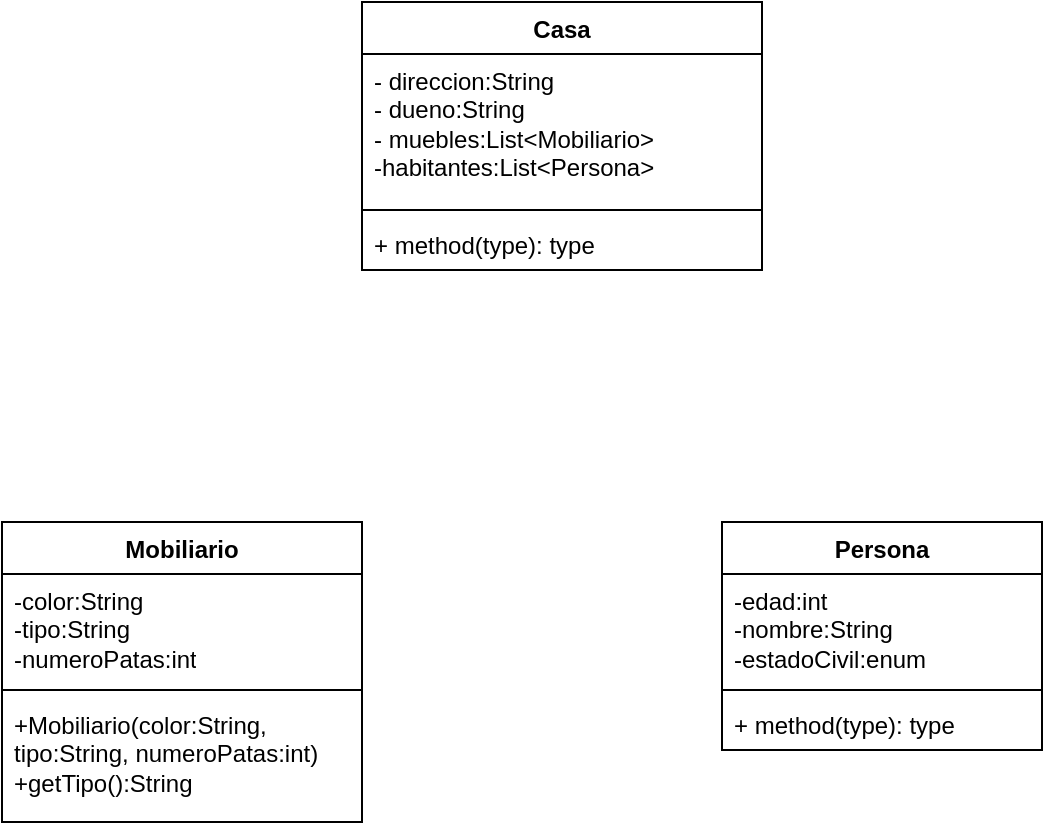
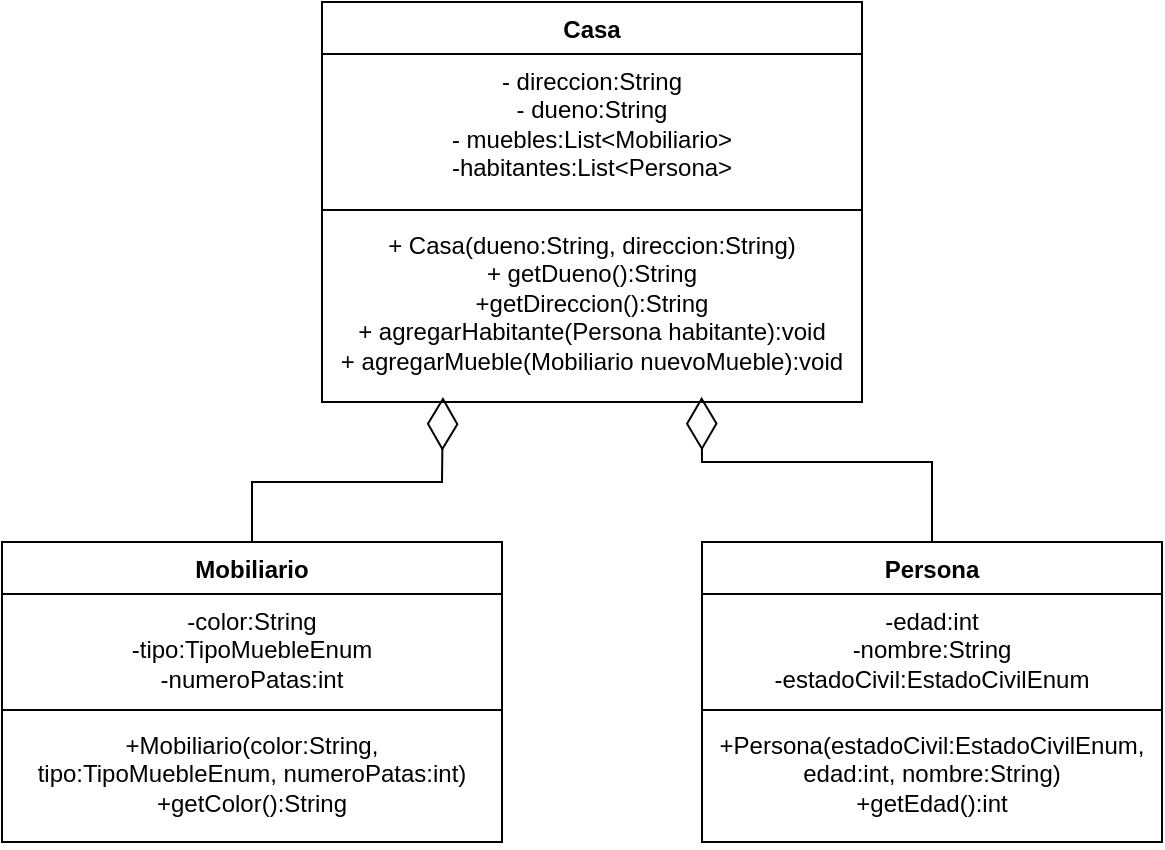
<mxfile host="Electron">
  <diagram name="Página-1" id="Lob-2amCFEd00NnW-BKy">
-     <mxGraphModel dx="824" dy="501" grid="1" gridSize="10" guides="1" tooltips="1" connect="1" arrows="1" fold="1" page="1" pageScale="1" pageWidth="827" pageHeight="1169" math="0" shadow="0">
+     <mxGraphModel dx="924" dy="555" grid="0" gridSize="10" guides="1" tooltips="1" connect="1" arrows="1" fold="1" page="1" pageScale="1" pageWidth="827" pageHeight="1169" background="light-dark(#FFFFFF,#000000)" math="0" shadow="0">
      <root>
        <mxCell id="0" />
        <mxCell id="1" parent="0" />
        <mxCell id="gJX4ogerxFd-YT7FfAlp-1" parent="1" style="swimlane;fontStyle=1;align=center;verticalAlign=top;childLayout=stackLayout;horizontal=1;startSize=26;horizontalStack=0;resizeParent=1;resizeParentMax=0;resizeLast=0;collapsible=1;marginBottom=0;whiteSpace=wrap;html=1;" value="Casa" vertex="1">
-           <mxGeometry height="134" width="200" x="310" y="80" as="geometry" />
+           <mxGeometry height="200" width="270" x="290" y="70" as="geometry" />
        </mxCell>
-         <mxCell id="gJX4ogerxFd-YT7FfAlp-2" parent="gJX4ogerxFd-YT7FfAlp-1" style="text;strokeColor=none;fillColor=none;align=left;verticalAlign=top;spacingLeft=4;spacingRight=4;overflow=hidden;rotatable=0;points=[[0,0.5],[1,0.5]];portConstraint=eastwest;whiteSpace=wrap;html=1;" value="- direccion:String&lt;div&gt;- dueno:String&lt;/div&gt;&lt;div&gt;- muebles:List&amp;lt;Mobiliario&amp;gt;&lt;/div&gt;&lt;div&gt;-habitantes:List&amp;lt;Persona&amp;gt;&lt;/div&gt;" vertex="1">
-           <mxGeometry height="74" width="200" y="26" as="geometry" />
+         <mxCell id="gJX4ogerxFd-YT7FfAlp-2" parent="gJX4ogerxFd-YT7FfAlp-1" style="text;strokeColor=none;fillColor=none;align=center;verticalAlign=top;spacingLeft=4;spacingRight=4;overflow=hidden;rotatable=0;points=[[0,0.5],[1,0.5]];portConstraint=eastwest;whiteSpace=wrap;html=1;" value="- direccion:String&lt;div&gt;- dueno:String&lt;/div&gt;&lt;div&gt;- muebles:List&amp;lt;Mobiliario&amp;gt;&lt;/div&gt;&lt;div&gt;-habitantes:List&amp;lt;Persona&amp;gt;&lt;/div&gt;" vertex="1">
+           <mxGeometry height="74" width="270" y="26" as="geometry" />
        </mxCell>
        <mxCell id="gJX4ogerxFd-YT7FfAlp-3" parent="gJX4ogerxFd-YT7FfAlp-1" style="line;strokeWidth=1;fillColor=none;align=left;verticalAlign=middle;spacingTop=-1;spacingLeft=3;spacingRight=3;rotatable=0;labelPosition=right;points=[];portConstraint=eastwest;strokeColor=inherit;" value="" vertex="1">
-           <mxGeometry height="8" width="200" y="100" as="geometry" />
+           <mxGeometry height="8" width="270" y="100" as="geometry" />
        </mxCell>
-         <mxCell id="gJX4ogerxFd-YT7FfAlp-4" parent="gJX4ogerxFd-YT7FfAlp-1" style="text;strokeColor=none;fillColor=none;align=left;verticalAlign=top;spacingLeft=4;spacingRight=4;overflow=hidden;rotatable=0;points=[[0,0.5],[1,0.5]];portConstraint=eastwest;whiteSpace=wrap;html=1;" value="+ method(type): type" vertex="1">
-           <mxGeometry height="26" width="200" y="108" as="geometry" />
+         <mxCell id="gJX4ogerxFd-YT7FfAlp-4" parent="gJX4ogerxFd-YT7FfAlp-1" style="text;strokeColor=none;fillColor=none;align=center;verticalAlign=top;spacingLeft=4;spacingRight=4;overflow=hidden;rotatable=0;points=[[0,0.5],[1,0.5]];portConstraint=eastwest;whiteSpace=wrap;html=1;" value="+ Casa(dueno:String, direccion:String)&lt;div&gt;+ getDueno():String&lt;/div&gt;&lt;div&gt;+getDireccion():String&lt;/div&gt;&lt;div&gt;+ agregarHabitante(Persona habitante):void&lt;/div&gt;&lt;div&gt;+ agregarMueble(Mobiliario nuevoMueble):void&lt;/div&gt;" vertex="1">
+           <mxGeometry height="92" width="270" y="108" as="geometry" />
        </mxCell>
        <mxCell id="gJX4ogerxFd-YT7FfAlp-5" parent="1" style="swimlane;fontStyle=1;align=center;verticalAlign=top;childLayout=stackLayout;horizontal=1;startSize=26;horizontalStack=0;resizeParent=1;resizeParentMax=0;resizeLast=0;collapsible=1;marginBottom=0;whiteSpace=wrap;html=1;" value="Mobiliario" vertex="1">
-           <mxGeometry height="150" width="180" x="130" y="340" as="geometry" />
+           <mxGeometry height="150" width="250" x="130" y="340" as="geometry" />
        </mxCell>
-         <mxCell id="gJX4ogerxFd-YT7FfAlp-6" parent="gJX4ogerxFd-YT7FfAlp-5" style="text;strokeColor=none;fillColor=none;align=left;verticalAlign=top;spacingLeft=4;spacingRight=4;overflow=hidden;rotatable=0;points=[[0,0.5],[1,0.5]];portConstraint=eastwest;whiteSpace=wrap;html=1;" value="-color:String&lt;div&gt;-tipo:String&lt;/div&gt;&lt;div&gt;-numeroPatas:int&lt;/div&gt;" vertex="1">
-           <mxGeometry height="54" width="180" y="26" as="geometry" />
+         <mxCell id="gJX4ogerxFd-YT7FfAlp-6" parent="gJX4ogerxFd-YT7FfAlp-5" style="text;strokeColor=none;fillColor=none;align=center;verticalAlign=top;spacingLeft=4;spacingRight=4;overflow=hidden;rotatable=0;points=[[0,0.5],[1,0.5]];portConstraint=eastwest;whiteSpace=wrap;html=1;" value="-color:String&lt;div&gt;-tipo:TipoMuebleEnum&lt;/div&gt;&lt;div&gt;-numeroPatas:int&lt;/div&gt;" vertex="1">
+           <mxGeometry height="54" width="250" y="26" as="geometry" />
        </mxCell>
        <mxCell id="gJX4ogerxFd-YT7FfAlp-7" parent="gJX4ogerxFd-YT7FfAlp-5" style="line;strokeWidth=1;fillColor=none;align=left;verticalAlign=middle;spacingTop=-1;spacingLeft=3;spacingRight=3;rotatable=0;labelPosition=right;points=[];portConstraint=eastwest;strokeColor=inherit;" value="" vertex="1">
-           <mxGeometry height="8" width="180" y="80" as="geometry" />
+           <mxGeometry height="8" width="250" y="80" as="geometry" />
        </mxCell>
-         <mxCell id="gJX4ogerxFd-YT7FfAlp-8" parent="gJX4ogerxFd-YT7FfAlp-5" style="text;strokeColor=none;fillColor=none;align=left;verticalAlign=top;spacingLeft=4;spacingRight=4;overflow=hidden;rotatable=0;points=[[0,0.5],[1,0.5]];portConstraint=eastwest;whiteSpace=wrap;html=1;" value="+Mobiliario(color:String, tipo:String, numeroPatas:int)&lt;div&gt;+getTipo():String&lt;/div&gt;" vertex="1">
-           <mxGeometry height="62" width="180" y="88" as="geometry" />
+         <mxCell id="gJX4ogerxFd-YT7FfAlp-8" parent="gJX4ogerxFd-YT7FfAlp-5" style="text;strokeColor=none;fillColor=none;align=center;verticalAlign=top;spacingLeft=4;spacingRight=4;overflow=hidden;rotatable=0;points=[[0,0.5],[1,0.5]];portConstraint=eastwest;whiteSpace=wrap;html=1;" value="+Mobiliario(color:String, tipo:TipoMuebleEnum, numeroPatas:int)&lt;div&gt;+getColor():String&lt;/div&gt;" vertex="1">
+           <mxGeometry height="62" width="250" y="88" as="geometry" />
        </mxCell>
        <mxCell id="gJX4ogerxFd-YT7FfAlp-9" parent="1" style="swimlane;fontStyle=1;align=center;verticalAlign=top;childLayout=stackLayout;horizontal=1;startSize=26;horizontalStack=0;resizeParent=1;resizeParentMax=0;resizeLast=0;collapsible=1;marginBottom=0;whiteSpace=wrap;html=1;" value="Persona" vertex="1">
-           <mxGeometry height="114" width="160" x="490" y="340" as="geometry" />
+           <mxGeometry height="150" width="230" x="480" y="340" as="geometry" />
        </mxCell>
-         <mxCell id="gJX4ogerxFd-YT7FfAlp-10" parent="gJX4ogerxFd-YT7FfAlp-9" style="text;strokeColor=none;fillColor=none;align=left;verticalAlign=top;spacingLeft=4;spacingRight=4;overflow=hidden;rotatable=0;points=[[0,0.5],[1,0.5]];portConstraint=eastwest;whiteSpace=wrap;html=1;" value="-edad:int&lt;div&gt;-nombre:String&lt;/div&gt;&lt;div&gt;-estadoCivil:enum&lt;/div&gt;" vertex="1">
-           <mxGeometry height="54" width="160" y="26" as="geometry" />
+         <mxCell id="gJX4ogerxFd-YT7FfAlp-10" parent="gJX4ogerxFd-YT7FfAlp-9" style="text;strokeColor=none;fillColor=none;align=center;verticalAlign=top;spacingLeft=4;spacingRight=4;overflow=hidden;rotatable=0;points=[[0,0.5],[1,0.5]];portConstraint=eastwest;whiteSpace=wrap;html=1;" value="-edad:int&lt;div&gt;-nombre:String&lt;/div&gt;&lt;div&gt;-estadoCivil:EstadoCivilEnum&lt;/div&gt;" vertex="1">
+           <mxGeometry height="54" width="230" y="26" as="geometry" />
        </mxCell>
        <mxCell id="gJX4ogerxFd-YT7FfAlp-11" parent="gJX4ogerxFd-YT7FfAlp-9" style="line;strokeWidth=1;fillColor=none;align=left;verticalAlign=middle;spacingTop=-1;spacingLeft=3;spacingRight=3;rotatable=0;labelPosition=right;points=[];portConstraint=eastwest;strokeColor=inherit;" value="" vertex="1">
-           <mxGeometry height="8" width="160" y="80" as="geometry" />
+           <mxGeometry height="8" width="230" y="80" as="geometry" />
        </mxCell>
-         <mxCell id="gJX4ogerxFd-YT7FfAlp-12" parent="gJX4ogerxFd-YT7FfAlp-9" style="text;strokeColor=none;fillColor=none;align=left;verticalAlign=top;spacingLeft=4;spacingRight=4;overflow=hidden;rotatable=0;points=[[0,0.5],[1,0.5]];portConstraint=eastwest;whiteSpace=wrap;html=1;" value="+ method(type): type" vertex="1">
-           <mxGeometry height="26" width="160" y="88" as="geometry" />
+         <mxCell id="gJX4ogerxFd-YT7FfAlp-12" parent="gJX4ogerxFd-YT7FfAlp-9" style="text;strokeColor=none;fillColor=none;align=center;verticalAlign=top;spacingLeft=4;spacingRight=4;overflow=hidden;rotatable=0;points=[[0,0.5],[1,0.5]];portConstraint=eastwest;whiteSpace=wrap;html=1;" value="+Persona(estadoCivil:EstadoCivilEnum, edad:int, nombre:String)&lt;div&gt;+getEdad():int&lt;/div&gt;" vertex="1">
+           <mxGeometry height="62" width="230" y="88" as="geometry" />
+         </mxCell>
+         <mxCell id="gJX4ogerxFd-YT7FfAlp-13" edge="1" parent="1" source="gJX4ogerxFd-YT7FfAlp-5" style="endArrow=diamondThin;endFill=0;endSize=24;html=1;rounded=0;exitX=0.5;exitY=0;exitDx=0;exitDy=0;entryX=0.224;entryY=0.973;entryDx=0;entryDy=0;entryPerimeter=0;" target="gJX4ogerxFd-YT7FfAlp-4" value="">
+           <mxGeometry relative="1" width="160" as="geometry">
+             <Array as="points">
+               <mxPoint x="255" y="310" />
+               <mxPoint x="350" y="310" />
+             </Array>
+             <mxPoint x="240" y="300" as="sourcePoint" />
+             <mxPoint x="440" y="280" as="targetPoint" />
+           </mxGeometry>
+         </mxCell>
+         <mxCell id="gJX4ogerxFd-YT7FfAlp-14" edge="1" parent="1" source="gJX4ogerxFd-YT7FfAlp-9" style="endArrow=diamondThin;endFill=0;endSize=24;html=1;rounded=0;exitX=0.5;exitY=0;exitDx=0;exitDy=0;entryX=0.703;entryY=0.971;entryDx=0;entryDy=0;entryPerimeter=0;" target="gJX4ogerxFd-YT7FfAlp-4" value="">
+           <mxGeometry relative="1" width="160" as="geometry">
+             <Array as="points">
+               <mxPoint x="595" y="300" />
+               <mxPoint x="480" y="300" />
+             </Array>
+             <mxPoint x="330" y="362" as="sourcePoint" />
+             <mxPoint x="425" y="290" as="targetPoint" />
+           </mxGeometry>
        </mxCell>
      </root>
    </mxGraphModel>
  </diagram>
</mxfile>
